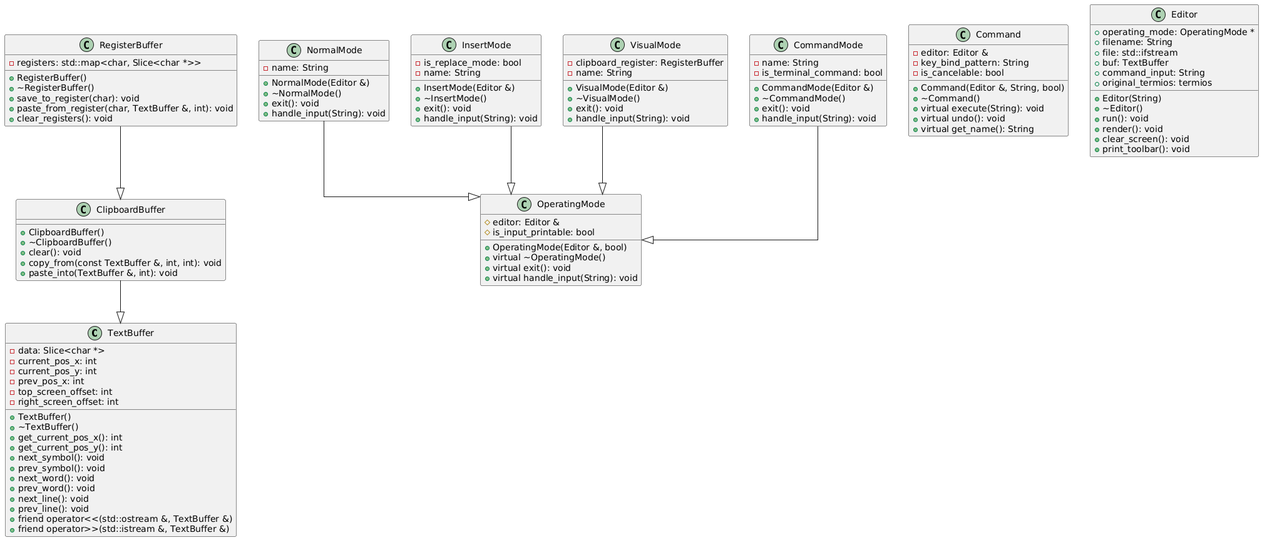
This is diagram.png from ysayonnar/vim-like-editor, a PlantUML export, as it was before one commit. Source of this version:
```plantuml
@startuml
skinparam linetype ortho
class TextBuffer {
  - data: Slice<char *>
  - current_pos_x: int
  - current_pos_y: int
  - prev_pos_x: int
  - top_screen_offset: int
  - right_screen_offset: int
  + TextBuffer()
  + ~TextBuffer()
  + get_current_pos_x(): int
  + get_current_pos_y(): int
  + next_symbol(): void
  + prev_symbol(): void
  + next_word(): void
  + prev_word(): void
  + next_line(): void
  + prev_line(): void
  + friend operator<<(std::ostream &, TextBuffer &)
  + friend operator>>(std::istream &, TextBuffer &)
}

class ClipboardBuffer {
  + ClipboardBuffer()
  + ~ClipboardBuffer()
  + clear(): void
  + copy_from(const TextBuffer &, int, int): void
  + paste_into(TextBuffer &, int): void
}

class RegisterBuffer {
  - registers: std::map<char, Slice<char *>>
  + RegisterBuffer()
  + ~RegisterBuffer()
  + save_to_register(char): void
  + paste_from_register(char, TextBuffer &, int): void
  + clear_registers(): void
}

class OperatingMode {
  # editor: Editor &
  # is_input_printable: bool
  + OperatingMode(Editor &, bool)
  + virtual ~OperatingMode()
  + virtual exit(): void
  + virtual handle_input(String): void
}

class NormalMode {
  - name: String
  + NormalMode(Editor &)
  + ~NormalMode()
  + exit(): void
  + handle_input(String): void
}

class InsertMode {
- is_replace_mode: bool
  - name: String
  + InsertMode(Editor &)
  + ~InsertMode()
  + exit(): void
  + handle_input(String): void
}

class VisualMode {
- clipboard_register: RegisterBuffer
  - name: String
  + VisualMode(Editor &)
  + ~VisualMode()
  + exit(): void
  + handle_input(String): void
}

class CommandMode {
  - name: String
- is_terminal_command: bool
  + CommandMode(Editor &)
  + ~CommandMode()
  + exit(): void
  + handle_input(String): void
}

class Command {
  - editor: Editor &
  - key_bind_pattern: String
  - is_cancelable: bool
  + Command(Editor &, String, bool)
  + ~Command()
  + virtual execute(String): void
  + virtual undo(): void
  + virtual get_name(): String
}

class Editor {
  + operating_mode: OperatingMode *
  + filename: String
  + file: std::ifstream
  + buf: TextBuffer
  + command_input: String
  + original_termios: termios
  + Editor(String)
  + ~Editor()
  + run(): void
  + render(): void
  + clear_screen(): void
  + print_toolbar(): void
}

ClipboardBuffer --|> TextBuffer
RegisterBuffer --|> ClipboardBuffer

NormalMode --|> OperatingMode
InsertMode --|> OperatingMode
VisualMode --|> OperatingMode
CommandMode --|> OperatingMode
@enduml
```
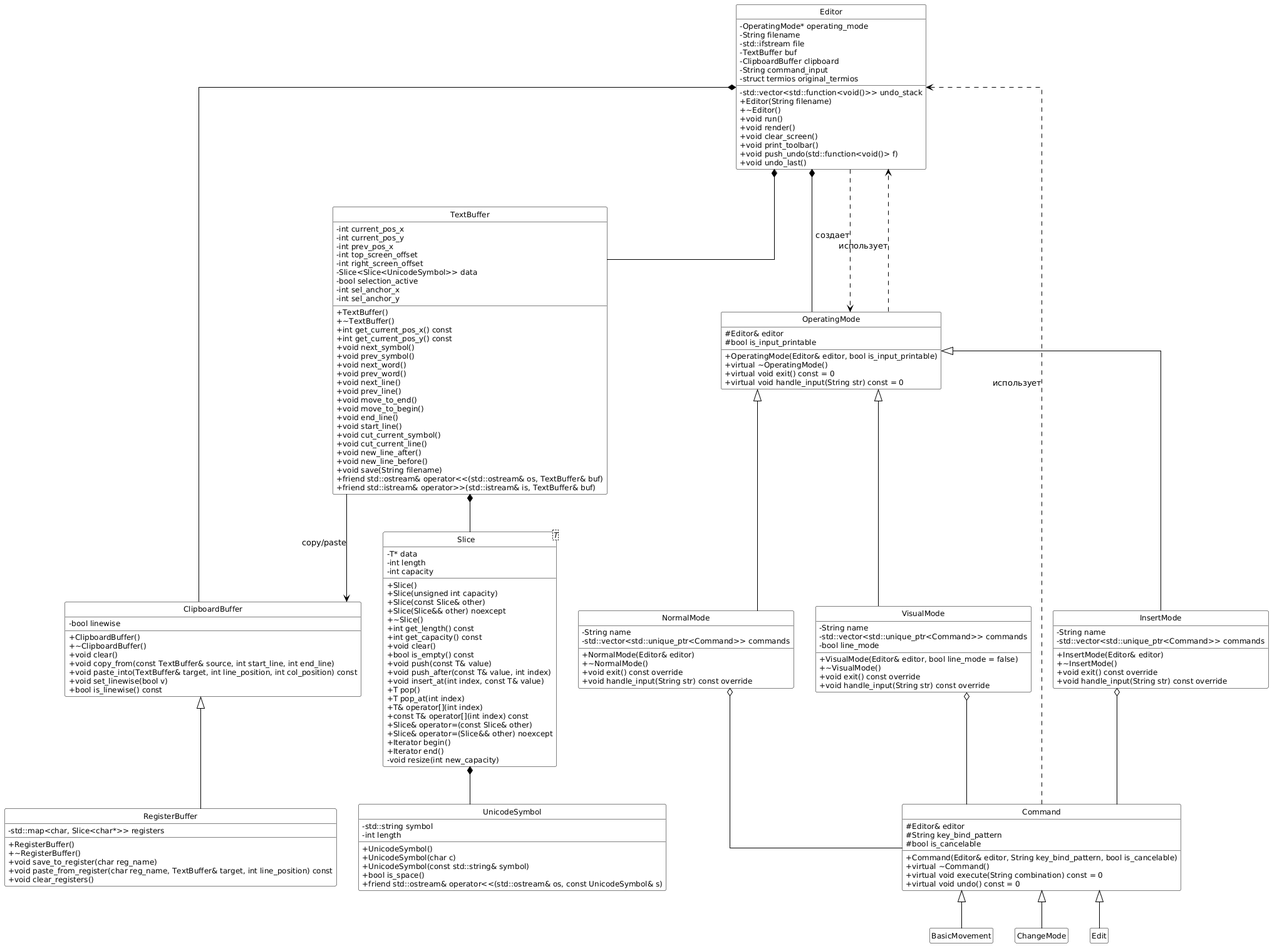
Later version of the same file.

Commit message:
feat: diagram of classe

What changed in the source:
```diff
@@ -1,118 +1,208 @@
 @startuml
 skinparam linetype ortho
-class TextBuffer {
-  - data: Slice<char *>
-  - current_pos_x: int
-  - current_pos_y: int
-  - prev_pos_x: int
-  - top_screen_offset: int
-  - right_screen_offset: int
-  + TextBuffer()
-  + ~TextBuffer()
-  + get_current_pos_x(): int
-  + get_current_pos_y(): int
-  + next_symbol(): void
-  + prev_symbol(): void
-  + next_word(): void
-  + prev_word(): void
-  + next_line(): void
-  + prev_line(): void
-  + friend operator<<(std::ostream &, TextBuffer &)
-  + friend operator>>(std::istream &, TextBuffer &)
+
+
+
+skinparam class {
+    BackgroundColor White
+    BorderColor Black
+    ArrowColor Black
+    AttributeFontSize 12
+    AttributeFontName Arial
+    MethodFontSize 12
+    MethodFontName Arial
+}
+
+skinparam groupInheritance 4
+hide circle
+hide empty members
+
+skinparam {
+    ClassAttributeIconSize 0
+    ClassMethodIconSize 0
+}
+
+
+class Editor {
+  - OperatingMode* operating_mode
+  - String filename
+  - std::ifstream file
+  - TextBuffer buf
+  - ClipboardBuffer clipboard
+  - std::vector<std::function<void()>> undo_stack
+  - String command_input
+  - struct termios original_termios
+  + Editor(String filename)
+  + ~Editor()
+  + void run()
+  + void render()
+  + void clear_screen()
+  + void print_toolbar()
+  + void push_undo(std::function<void()> f)
+  + void undo_last()
+}
+
+class UnicodeSymbol {
+  - std::string symbol
+  - int length
+  + UnicodeSymbol()
+  + UnicodeSymbol(char c)
+  + UnicodeSymbol(const std::string& symbol)
+  + bool is_space()
+  + friend std::ostream& operator<<(std::ostream& os, const UnicodeSymbol& s)
+}
+
+class RegisterBuffer {
+  - std::map<char, Slice<char*>> registers
+  + RegisterBuffer()
+  + ~RegisterBuffer()
+  + void save_to_register(char reg_name)
+  + void paste_from_register(char reg_name, TextBuffer& target, int line_position) const
+  + void clear_registers()
 }
 
 class ClipboardBuffer {
+  - bool linewise
   + ClipboardBuffer()
   + ~ClipboardBuffer()
-  + clear(): void
-  + copy_from(const TextBuffer &, int, int): void
-  + paste_into(TextBuffer &, int): void
+  + void clear()
+  + void copy_from(const TextBuffer& source, int start_line, int end_line)
+  + void paste_into(TextBuffer& target, int line_position, int col_position) const
+  + void set_linewise(bool v)
+  + bool is_linewise() const
 }
 
-class RegisterBuffer {
-  - registers: std::map<char, Slice<char *>>
-  + RegisterBuffer()
-  + ~RegisterBuffer()
-  + save_to_register(char): void
-  + paste_from_register(char, TextBuffer &, int): void
-  + clear_registers(): void
+class TextBuffer {
+  - int current_pos_x
+  - int current_pos_y
+  - int prev_pos_x
+  - int top_screen_offset
+  - int right_screen_offset
+  - Slice<Slice<UnicodeSymbol>> data
+  - bool selection_active
+  - int sel_anchor_x
+  - int sel_anchor_y
+  + TextBuffer()
+  + ~TextBuffer()
+  + int get_current_pos_x() const
+  + int get_current_pos_y() const
+  + void next_symbol()
+  + void prev_symbol()
+  + void next_word()
+  + void prev_word()
+  + void next_line()
+  + void prev_line()
+  + void move_to_end()
+  + void move_to_begin()
+  + void end_line()
+  + void start_line()
+  + void cut_current_symbol()
+  + void cut_current_line()
+  + void new_line_after()
+  + void new_line_before()
+  + void save(String filename)
+  + friend std::ostream& operator<<(std::ostream& os, TextBuffer& buf)
+  + friend std::istream& operator>>(std::istream& is, TextBuffer& buf)
+}
+
+class Slice<T> {
+  - T* data
+  - int length
+  - int capacity
+  + Slice()
+  + Slice(unsigned int capacity)
+  + Slice(const Slice& other)
+  + Slice(Slice&& other) noexcept
+  + ~Slice()
+  + int get_length() const
+  + int get_capacity() const
+  + void clear()
+  + bool is_empty() const
+  + void push(const T& value)
+  + void push_after(const T& value, int index)
+  + void insert_at(int index, const T& value)
+  + T pop()
+  + T pop_at(int index)
+  + T& operator[](int index)
+  + const T& operator[](int index) const
+  + Slice& operator=(const Slice& other)
+  + Slice& operator=(Slice&& other) noexcept
+  + Iterator begin()
+  + Iterator end()
+  - void resize(int new_capacity)
+}
+
+class Command {
+  # Editor& editor
+  # String key_bind_pattern
+  # bool is_cancelable
+  + Command(Editor& editor, String key_bind_pattern, bool is_cancelable)
+  + virtual ~Command()
+  + virtual void execute(String combination) const = 0
+  + virtual void undo() const = 0
 }
 
 class OperatingMode {
-  # editor: Editor &
-  # is_input_printable: bool
-  + OperatingMode(Editor &, bool)
+  # Editor& editor
+  # bool is_input_printable
+  + OperatingMode(Editor& editor, bool is_input_printable)
   + virtual ~OperatingMode()
-  + virtual exit(): void
-  + virtual handle_input(String): void
+  + virtual void exit() const = 0
+  + virtual void handle_input(String str) const = 0
 }
 
 class NormalMode {
-  - name: String
-  + NormalMode(Editor &)
+  - String name
+  - std::vector<std::unique_ptr<Command>> commands
+  + NormalMode(Editor& editor)
   + ~NormalMode()
-  + exit(): void
-  + handle_input(String): void
+  + void exit() const override
+  + void handle_input(String str) const override
+}
+
+class VisualMode {
+  - String name
+  - std::vector<std::unique_ptr<Command>> commands
+  - bool line_mode
+  + VisualMode(Editor& editor, bool line_mode = false)
+  + ~VisualMode()
+  + void exit() const override
+  + void handle_input(String str) const override
 }
 
 class InsertMode {
-- is_replace_mode: bool
-  - name: String
-  + InsertMode(Editor &)
+  - String name
+  - std::vector<std::unique_ptr<Command>> commands
+  + InsertMode(Editor& editor)
   + ~InsertMode()
-  + exit(): void
-  + handle_input(String): void
+  + void exit() const override
+  + void handle_input(String str) const override
 }
 
-class VisualMode {
-- clipboard_register: RegisterBuffer
-  - name: String
-  + VisualMode(Editor &)
-  + ~VisualMode()
-  + exit(): void
-  + handle_input(String): void
-}
+OperatingMode <|-- NormalMode
+OperatingMode <|-- VisualMode
+OperatingMode <|-- InsertMode
 
-class CommandMode {
-  - name: String
-- is_terminal_command: bool
-  + CommandMode(Editor &)
-  + ~CommandMode()
-  + exit(): void
-  + handle_input(String): void
-}
+Command <|-- BasicMovement
+Command <|-- ChangeMode
+Command <|-- Edit
 
-class Command {
-  - editor: Editor &
-  - key_bind_pattern: String
-  - is_cancelable: bool
-  + Command(Editor &, String, bool)
-  + ~Command()
-  + virtual execute(String): void
-  + virtual undo(): void
-  + virtual get_name(): String
-}
+Editor *-- OperatingMode
+Editor *-- TextBuffer
+Editor *-- ClipboardBuffer
 
-class Editor {
-  + operating_mode: OperatingMode *
-  + filename: String
-  + file: std::ifstream
-  + buf: TextBuffer
-  + command_input: String
-  + original_termios: termios
-  + Editor(String)
-  + ~Editor()
-  + run(): void
-  + render(): void
-  + clear_screen(): void
-  + print_toolbar(): void
-}
+TextBuffer *-- Slice
+Slice *-- UnicodeSymbol
 
-ClipboardBuffer --|> TextBuffer
-RegisterBuffer --|> ClipboardBuffer
+ClipboardBuffer <|-- RegisterBuffer
 
-NormalMode --|> OperatingMode
-InsertMode --|> OperatingMode
-VisualMode --|> OperatingMode
-CommandMode --|> OperatingMode
+TextBuffer --> ClipboardBuffer : copy/paste
+
+NormalMode o-- Command
+VisualMode o-- Command
+InsertMode o-- Command
+
+Editor ..> OperatingMode : создает
+OperatingMode ..> Editor : использует
+Command ..> Editor : использует
 @enduml
```
